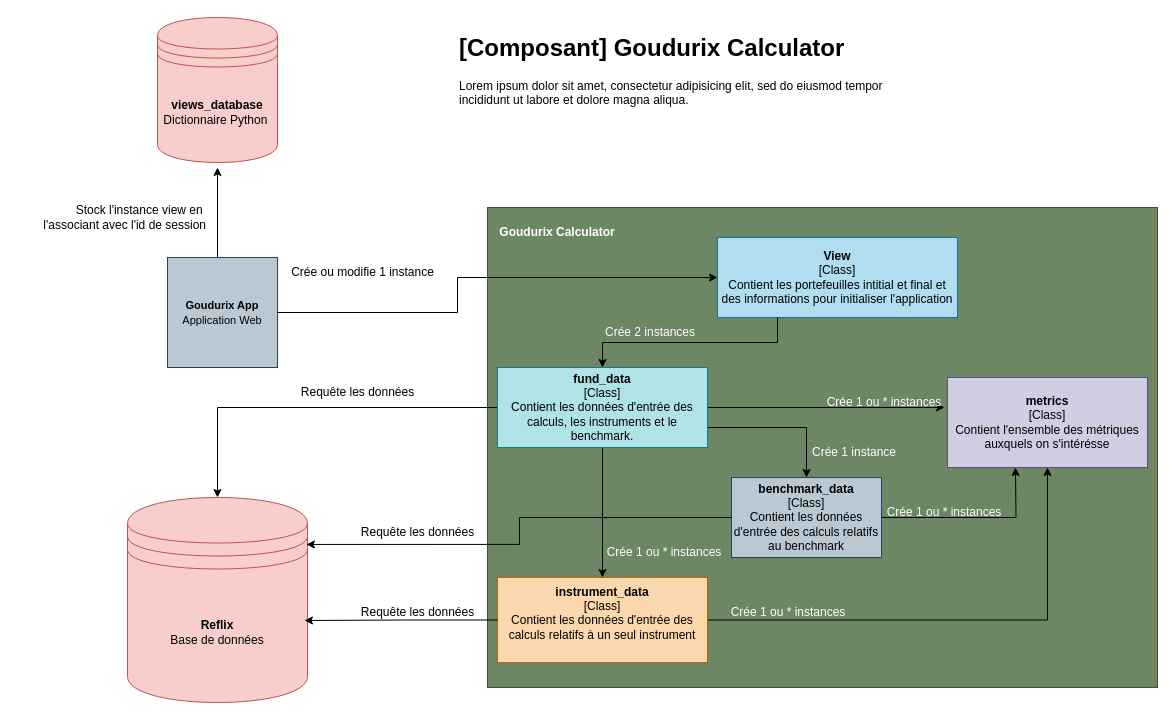
salimelouahdani/DrawIO keeps this draw.io diagram as Component.drawio. Above is the earlier version. Source tidied: cells renumbered, new cells numbered last; positions are measured from the earlier drawing's top-left corner, leaving out a move shared by most shapes. Both pictures are drawn from the tidied source at 100%, with x=0, y=0 at pixel (17, 17).
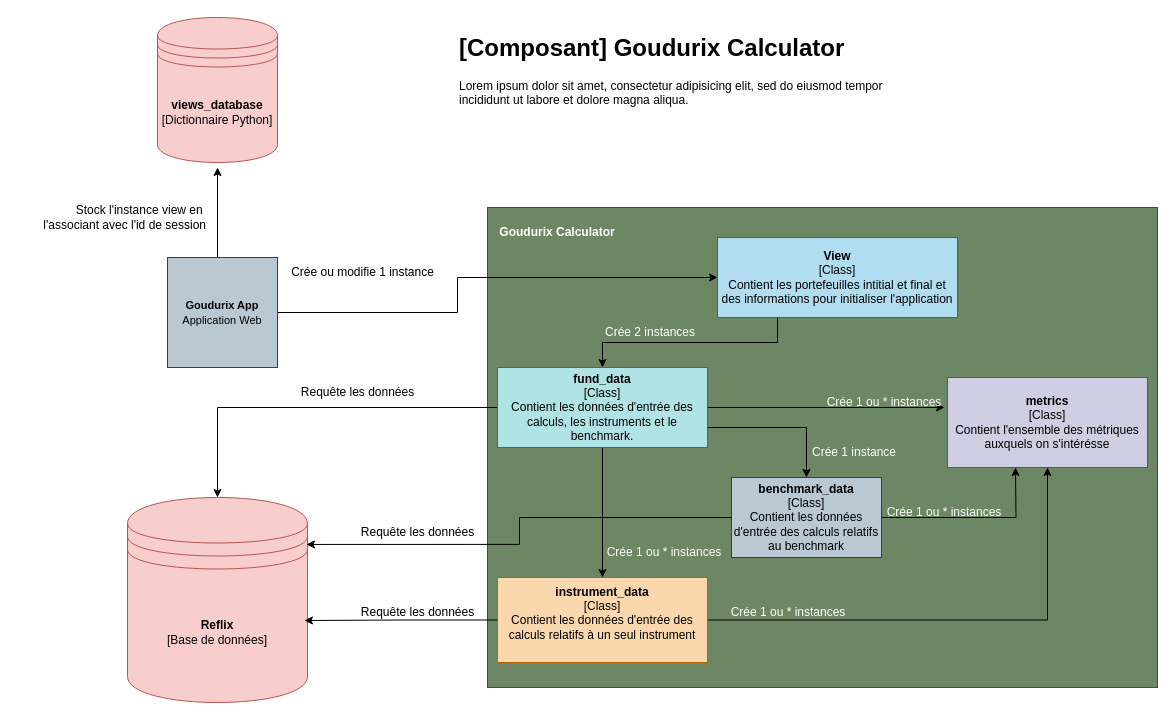
After the change.

Commit message:
Mettre à jour Component.drawio

What changed in the source:
```diff
@@
-    <mxCell id="19" value="&lt;b&gt;Reflix&lt;/b&gt;&lt;div&gt;Base de données&lt;/div&gt;" style="shape=datastore;whiteSpace=wrap;html=1;fillColor=#f8cecc;strokeColor=#b85450;" parent="1" vertex="1">
+    <mxCell id="19" value="&lt;b&gt;Reflix&lt;/b&gt;&lt;div&gt;[Base de données]&lt;/div&gt;" style="shape=datastore;whiteSpace=wrap;html=1;fillColor=#f8cecc;strokeColor=#b85450;" parent="1" vertex="1">
       <mxGeometry x="110" y="480" width="180" height="205" as="geometry" />
     </mxCell>
@@
-    <mxCell id="22" value="&lt;b&gt;views_database&lt;/b&gt;&lt;br&gt;&lt;div&gt;Dictionnaire Python&amp;nbsp;&lt;/div&gt;" style="shape=datastore;whiteSpace=wrap;html=1;fillColor=#f8cecc;strokeColor=#b85450;" parent="1" vertex="1">
+    <mxCell id="22" value="&lt;b&gt;views_database&lt;/b&gt;&lt;br&gt;&lt;div&gt;[Dictionnaire Python]&lt;/div&gt;" style="shape=datastore;whiteSpace=wrap;html=1;fillColor=#f8cecc;strokeColor=#b85450;" parent="1" vertex="1">
       <mxGeometry x="140" width="120" height="145" as="geometry" />
     </mxCell>
```
